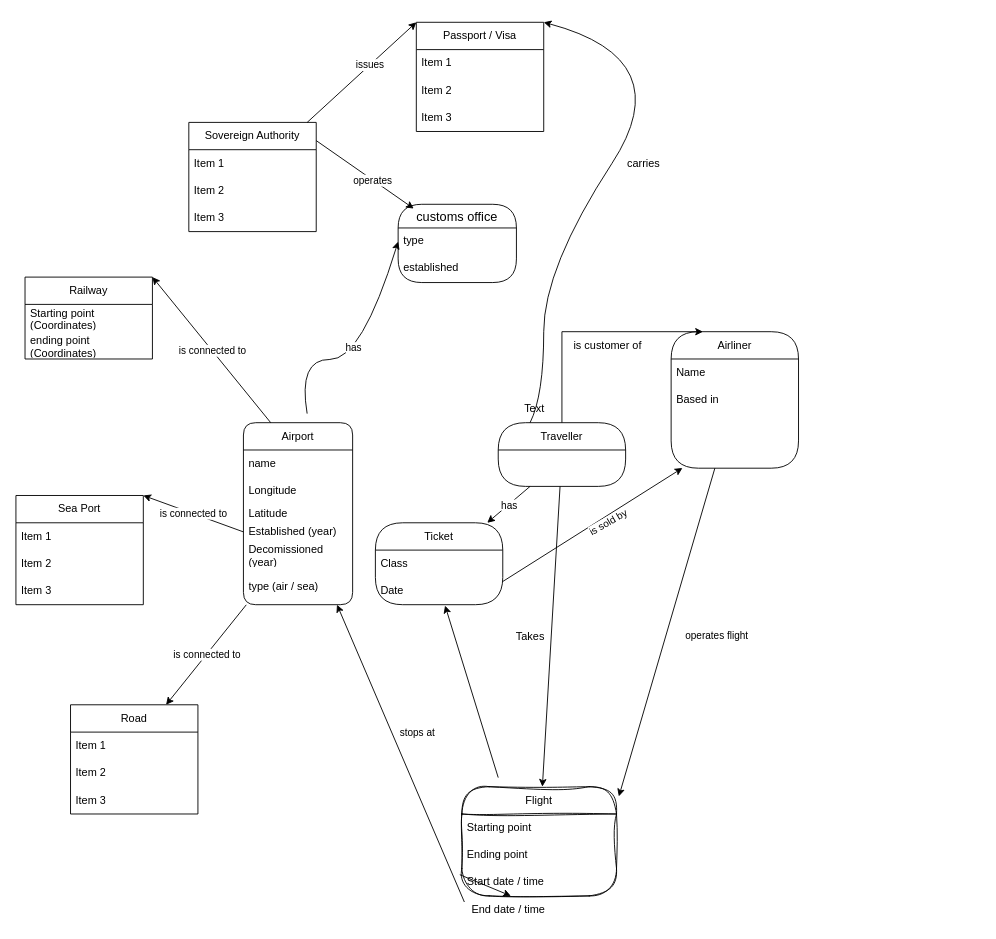
The draw.io diagram page "Page-1" (1 of 2) of Base de données - model relationnel.drawio in Davidmoha/Air-and-Sea-borders, before the edit. Source tidied: cells renumbered, new cells numbered last; positions are measured from the earlier drawing's top-left corner, leaving out a move shared by most shapes. Both pictures are drawn from the tidied source at 91%, with x=0, y=0 at pixel (15, 22).
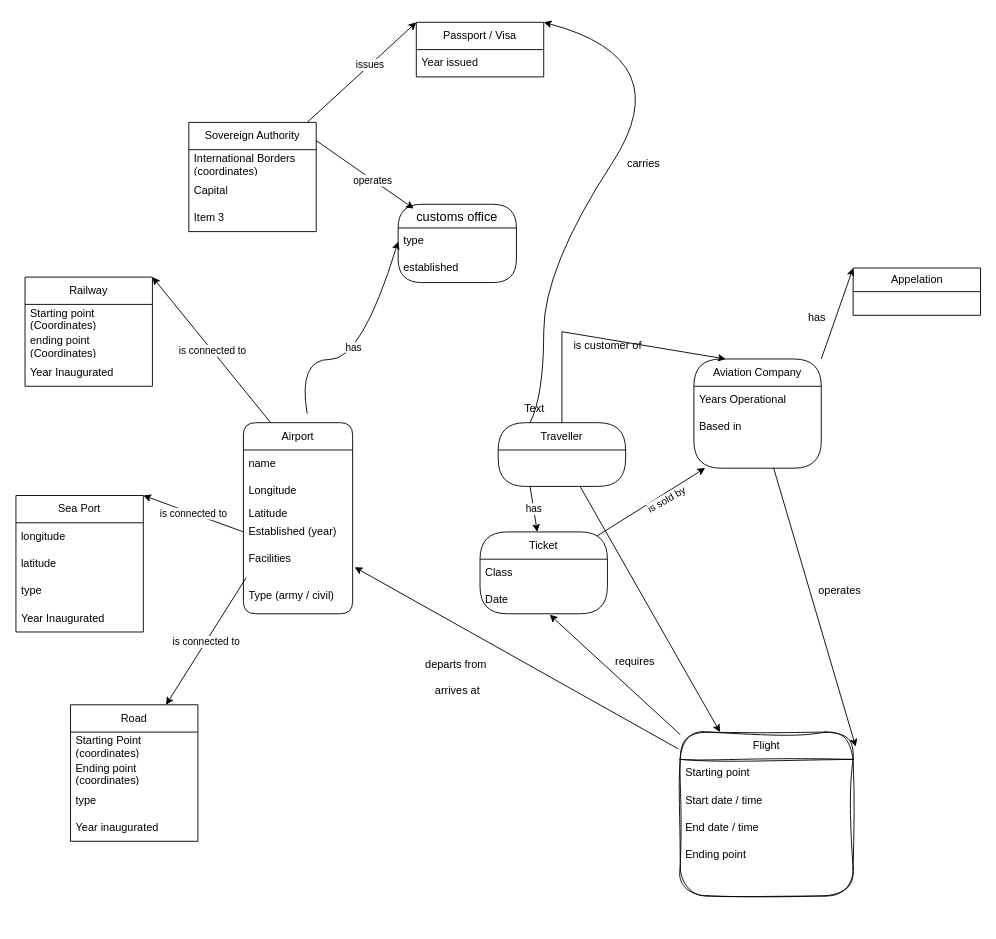
After the change.

The change refers to these unchanged cells:
```xml
<mxCell id="24" style="endArrow=classic;html=1;rounded=0;entryX=1.015;entryY=0.089;entryDx=0;entryDy=0;entryPerimeter=0;" parent="1" edge="1" source="14" target="19">
  <mxGeometry relative="1" as="geometry" />
</mxCell>
<mxCell id="33" value="Date" style="text;strokeColor=none;fillColor=none;align=left;verticalAlign=middle;spacingLeft=4;spacingRight=4;overflow=hidden;points=[[0,0.5],[1,0.5]];portConstraint=eastwest;whiteSpace=wrap;html=1;" parent="31" vertex="1">
  <mxGeometry y="60" width="140" height="30" as="geometry" />
</mxCell>
<mxCell id="53" value="Sovereign Authority" style="swimlane;fontStyle=0;horizontal=1;startSize=30;whiteSpace=wrap;html=1;" parent="1" vertex="1">
  <mxGeometry x="190" y="110" width="140" height="120" as="geometry" />
</mxCell>
```

What changed in the source:
```diff
@@
     <mxCell id="4" value="Airport" style="swimlane;fontStyle=0;horizontal=1;startSize=30;whiteSpace=wrap;html=1;rounded=1;" parent="1" vertex="1">
-      <mxGeometry x="250" y="440" width="120" height="200" as="geometry" />
+      <mxGeometry x="250" y="440" width="120" height="210" as="geometry" />
     </mxCell>
@@
-    <mxCell id="9" value="Decomissioned (year)" style="text;strokeColor=none;fillColor=none;align=left;verticalAlign=middle;spacingLeft=4;spacingRight=4;overflow=hidden;whiteSpace=wrap;html=1;" parent="4" vertex="1">
-      <mxGeometry y="130" width="120" height="30" as="geometry" />
-    </mxCell>
-    <mxCell id="10" value="type (air / sea)" style="text;strokeColor=none;fillColor=none;align=left;verticalAlign=middle;spacingLeft=4;spacingRight=4;overflow=hidden;points=[[0,0.5],[1,0.5]];portConstraint=eastwest;whiteSpace=wrap;html=1;" parent="4" vertex="1">
-      <mxGeometry y="160" width="120" height="40" as="geometry" />
+    <mxCell id="10" value="Facilities" style="text;strokeColor=none;fillColor=none;align=left;verticalAlign=middle;spacingLeft=4;spacingRight=4;overflow=hidden;points=[[0,0.5],[1,0.5]];portConstraint=eastwest;whiteSpace=wrap;html=1;" parent="4" vertex="1">
+      <mxGeometry y="130" width="120" height="40" as="geometry" />
     </mxCell>
+    <mxCell id="75" value="Type (army / civil)" style="text;strokeColor=none;fillColor=none;align=left;verticalAlign=middle;spacingLeft=4;spacingRight=4;overflow=hidden;whiteSpace=wrap;html=1;" parent="4" vertex="1">
+      <mxGeometry y="170" width="120" height="40" as="geometry" />
+    </mxCell>
@@
-    <mxCell id="14" value="Airliner" style="swimlane;fontStyle=0;horizontal=1;startSize=30;whiteSpace=wrap;html=1;rounded=1;arcSize=44;glass=0;" parent="1" vertex="1">
-      <mxGeometry x="720" y="340" width="140" height="150" as="geometry" />
+    <mxCell id="14" value="Aviation Company" style="swimlane;fontStyle=0;horizontal=1;startSize=30;whiteSpace=wrap;html=1;rounded=1;arcSize=44;glass=0;" parent="1" vertex="1">
+      <mxGeometry x="745" y="370" width="140" height="120" as="geometry" />
     </mxCell>
-    <mxCell id="15" value="Name&amp;nbsp;" style="text;strokeColor=none;fillColor=none;align=left;verticalAlign=middle;spacingLeft=4;spacingRight=4;overflow=hidden;whiteSpace=wrap;html=1;" parent="14" vertex="1">
-      <mxGeometry y="30" width="140" height="30" as="geometry" />
-    </mxCell>
-    <mxCell id="16" value="Based in" style="text;strokeColor=none;fillColor=none;align=left;verticalAlign=middle;spacingLeft=4;spacingRight=4;overflow=hidden;whiteSpace=wrap;html=1;" parent="14" vertex="1">
-      <mxGeometry y="60" width="140" height="30" as="geometry" />
+    <mxCell id="16" value="Years Operational" style="text;strokeColor=none;fillColor=none;align=left;verticalAlign=middle;spacingLeft=4;spacingRight=4;overflow=hidden;whiteSpace=wrap;html=1;" parent="14" vertex="1">
+      <mxGeometry y="30" width="140" height="30" as="geometry" />
     </mxCell>
-    <mxCell id="17" style="text;strokeColor=none;fillColor=none;align=left;verticalAlign=middle;spacingLeft=4;spacingRight=4;overflow=hidden;whiteSpace=wrap;html=1;" parent="14" vertex="1">
-      <mxGeometry y="90" width="140" height="30" as="geometry" />
+    <mxCell id="17" value="Based in" style="text;strokeColor=none;fillColor=none;align=left;verticalAlign=middle;spacingLeft=4;spacingRight=4;overflow=hidden;whiteSpace=wrap;html=1;" parent="14" vertex="1">
+      <mxGeometry y="60" width="140" height="30" as="geometry" />
     </mxCell>
     <mxCell id="18" style="text;strokeColor=none;fillColor=none;align=left;verticalAlign=middle;spacingLeft=4;spacingRight=4;overflow=hidden;points=[[0,0.5],[1,0.5]];portConstraint=eastwest;whiteSpace=wrap;html=1;" parent="14" vertex="1">
-      <mxGeometry y="120" width="140" height="30" as="geometry" />
+      <mxGeometry y="90" width="140" height="30" as="geometry" />
     </mxCell>
     <mxCell id="19" value="Flight" style="swimlane;fontStyle=0;horizontal=1;startSize=30;whiteSpace=wrap;html=1;rounded=1;arcSize=40;sketch=1;curveFitting=1;jiggle=2;" parent="1" vertex="1">
-      <mxGeometry x="490" y="840" width="170" height="120" as="geometry" />
+      <mxGeometry x="730" y="780" width="190" height="180" as="geometry" />
     </mxCell>
     <mxCell id="20" value="Starting point&lt;span style=&quot;white-space: pre;&quot;&gt;&#9;&lt;/span&gt;" style="text;strokeColor=none;fillColor=none;align=left;verticalAlign=middle;spacingLeft=4;spacingRight=4;overflow=hidden;whiteSpace=wrap;html=1;" parent="19" vertex="1">
-      <mxGeometry y="30" width="170" height="30" as="geometry" />
+      <mxGeometry y="30" width="190" height="30" as="geometry" />
     </mxCell>
+    <mxCell id="22" value="Start date / time" style="text;strokeColor=none;fillColor=none;align=left;verticalAlign=middle;spacingLeft=4;spacingRight=4;overflow=hidden;points=[[0,0.5],[1,0.5]];portConstraint=eastwest;whiteSpace=wrap;html=1;" parent="19" vertex="1">
+      <mxGeometry y="60" width="190" height="30" as="geometry" />
+    </mxCell>
+    <mxCell id="76" style="text;strokeColor=none;fillColor=none;align=left;verticalAlign=middle;spacingLeft=4;spacingRight=4;overflow=hidden;whiteSpace=wrap;html=1;" parent="19" vertex="1">
+      <mxGeometry y="90" width="190" height="30" as="geometry" />
+    </mxCell>
     <mxCell id="21" value="Ending point" style="text;strokeColor=none;fillColor=none;align=left;verticalAlign=middle;spacingLeft=4;spacingRight=4;overflow=hidden;whiteSpace=wrap;html=1;" parent="19" vertex="1">
-      <mxGeometry y="60" width="170" height="30" as="geometry" />
+      <mxGeometry y="120" width="190" height="30" as="geometry" />
     </mxCell>
-    <mxCell id="22" value="Start date / time" style="text;strokeColor=none;fillColor=none;align=left;verticalAlign=middle;spacingLeft=4;spacingRight=4;overflow=hidden;points=[[0,0.5],[1,0.5]];portConstraint=eastwest;whiteSpace=wrap;html=1;" parent="19" vertex="1">
-      <mxGeometry y="90" width="170" height="30" as="geometry" />
-    </mxCell>
+    <mxCell id="77" style="text;strokeColor=none;fillColor=none;align=left;verticalAlign=middle;spacingLeft=4;spacingRight=4;overflow=hidden;whiteSpace=wrap;html=1;" parent="19" vertex="1">
+      <mxGeometry y="150" width="190" height="30" as="geometry" />
+    </mxCell>
@@
-    <mxCell id="25" value="operates flight" style="edgeLabel;html=1;align=center;verticalAlign=middle;rotation=0;" parent="24" vertex="1">
-      <mxGeometry relative="1" as="geometry">
-        <mxPoint x="54" y="3" as="offset" />
-      </mxGeometry>
-    </mxCell>
-    <mxCell id="26" style="endArrow=classic;html=1;rounded=0;exitX=-0.013;exitY=0.224;exitDx=0;exitDy=0;exitPerimeter=0;" parent="1" edge="1" source="39" target="4">
-      <mxGeometry relative="1" as="geometry" />
+    <mxCell id="26" style="endArrow=classic;html=1;rounded=0;exitX=-0.012;exitY=0.102;exitDx=0;exitDy=0;exitPerimeter=0;" parent="1" edge="1" source="19">
+      <mxGeometry relative="1" as="geometry">
+        <mxPoint x="372.2" y="598.8" as="targetPoint" />
+      </mxGeometry>
     </mxCell>
@@
-    <mxCell id="28" value="Takes" style="text;html=1;align=center;verticalAlign=middle;strokeColor=none;fillColor=none;" parent="1" vertex="1">
-      <mxGeometry x="540" y="660" width="50" height="30" as="geometry" />
-    </mxCell>
@@
     <mxCell id="31" value="Ticket" style="swimlane;fontStyle=0;horizontal=1;startSize=30;whiteSpace=wrap;html=1;rounded=1;arcSize=50;" parent="1" vertex="1">
-      <mxGeometry x="395" y="550" width="140" height="90" as="geometry" />
+      <mxGeometry x="510" y="560" width="140" height="90" as="geometry" />
     </mxCell>
@@
-    <mxCell id="36" style="endArrow=classic;html=1;rounded=0;entryX=0.089;entryY=0.993;entryDx=0;entryDy=0;entryPerimeter=0;" parent="1" edge="1" target="18">
-      <mxGeometry relative="1" as="geometry">
-        <mxPoint x="535" y="614.5" as="sourcePoint" />
-      </mxGeometry>
+    <mxCell id="36" style="endArrow=classic;html=1;rounded=0;entryX=0.089;entryY=0.993;entryDx=0;entryDy=0;entryPerimeter=0;exitX=0.921;exitY=0.048;exitDx=0;exitDy=0;exitPerimeter=0;" parent="1" edge="1" source="31" target="18">
+      <mxGeometry relative="1" as="geometry" />
     </mxCell>
@@
-    <mxCell id="38" style="endArrow=classic;html=1;rounded=0;entryX=0.547;entryY=1.033;entryDx=0;entryDy=0;entryPerimeter=0;" parent="1" edge="1" target="33">
-      <mxGeometry relative="1" as="geometry">
-        <mxPoint x="530" y="830" as="sourcePoint" />
-      </mxGeometry>
+    <mxCell id="38" style="endArrow=classic;html=1;rounded=0;entryX=0.547;entryY=1.033;entryDx=0;entryDy=0;entryPerimeter=0;" parent="1" edge="1" source="19" target="33">
+      <mxGeometry relative="1" as="geometry" />
     </mxCell>
     <mxCell id="39" value="End date / time" style="text;strokeColor=none;fillColor=none;align=left;verticalAlign=middle;spacingLeft=4;spacingRight=4;overflow=hidden;points=[[0,0.5],[1,0.5]];portConstraint=eastwest;whiteSpace=wrap;html=1;" parent="1" vertex="1">
-      <mxGeometry x="495" y="960" width="170" height="30" as="geometry" />
+      <mxGeometry x="730" y="870" width="170" height="30" as="geometry" />
     </mxCell>
-    <mxCell id="40" style="endArrow=classic;html=1;rounded=0;exitX=-0.013;exitY=0.224;exitDx=0;exitDy=0;exitPerimeter=0;" parent="1" edge="1" source="22" target="39">
-      <mxGeometry relative="1" as="geometry" />
-    </mxCell>
-    <mxCell id="41" value="stops at" style="edgeLabel;html=1;align=center;verticalAlign=middle;" parent="40" vertex="1">
-      <mxGeometry relative="1" as="geometry">
-        <mxPoint x="-75" y="-168" as="offset" />
-      </mxGeometry>
-    </mxCell>
     <mxCell id="42" value="Railway" style="swimlane;fontStyle=0;horizontal=1;startSize=30;whiteSpace=wrap;html=1;" parent="1" vertex="1">
-      <mxGeometry x="10" y="280" width="140" height="90" as="geometry" />
+      <mxGeometry x="10" y="280" width="140" height="120" as="geometry" />
     </mxCell>
@@
+    <mxCell id="78" value="Year Inaugurated" style="text;strokeColor=none;fillColor=none;align=left;verticalAlign=middle;spacingLeft=4;spacingRight=4;overflow=hidden;whiteSpace=wrap;html=1;" parent="42" vertex="1">
+      <mxGeometry y="90" width="140" height="30" as="geometry" />
+    </mxCell>
     <mxCell id="45" value="Sea Port" style="swimlane;fontStyle=0;horizontal=1;startSize=30;whiteSpace=wrap;html=1;" parent="1" vertex="1">
-      <mxGeometry y="520" width="140" height="120" as="geometry" />
+      <mxGeometry y="520" width="140" height="150" as="geometry" />
     </mxCell>
-    <mxCell id="46" value="Item 1" style="text;strokeColor=none;fillColor=none;align=left;verticalAlign=middle;spacingLeft=4;spacingRight=4;overflow=hidden;whiteSpace=wrap;html=1;" parent="45" vertex="1">
+    <mxCell id="46" value="longitude&lt;span style=&quot;white-space: pre;&quot;&gt;&#9;&lt;/span&gt;" style="text;strokeColor=none;fillColor=none;align=left;verticalAlign=middle;spacingLeft=4;spacingRight=4;overflow=hidden;whiteSpace=wrap;html=1;" parent="45" vertex="1">
       <mxGeometry y="30" width="140" height="30" as="geometry" />
     </mxCell>
-    <mxCell id="47" value="Item 2" style="text;strokeColor=none;fillColor=none;align=left;verticalAlign=middle;spacingLeft=4;spacingRight=4;overflow=hidden;whiteSpace=wrap;html=1;" parent="45" vertex="1">
+    <mxCell id="47" value="latitude" style="text;strokeColor=none;fillColor=none;align=left;verticalAlign=middle;spacingLeft=4;spacingRight=4;overflow=hidden;whiteSpace=wrap;html=1;" parent="45" vertex="1">
       <mxGeometry y="60" width="140" height="30" as="geometry" />
     </mxCell>
-    <mxCell id="48" value="Item 3" style="text;strokeColor=none;fillColor=none;align=left;verticalAlign=middle;spacingLeft=4;spacingRight=4;overflow=hidden;whiteSpace=wrap;html=1;" parent="45" vertex="1">
+    <mxCell id="48" value="type" style="text;strokeColor=none;fillColor=none;align=left;verticalAlign=middle;spacingLeft=4;spacingRight=4;overflow=hidden;whiteSpace=wrap;html=1;" parent="45" vertex="1">
       <mxGeometry y="90" width="140" height="30" as="geometry" />
     </mxCell>
+    <mxCell id="79" value="Year Inaugurated" style="text;strokeColor=none;fillColor=none;align=left;verticalAlign=middle;spacingLeft=4;spacingRight=4;overflow=hidden;whiteSpace=wrap;html=1;" parent="45" vertex="1">
+      <mxGeometry y="120" width="140" height="30" as="geometry" />
+    </mxCell>
     <mxCell id="49" value="Road" style="swimlane;fontStyle=0;horizontal=1;startSize=30;whiteSpace=wrap;html=1;" parent="1" vertex="1">
-      <mxGeometry x="60" y="750" width="140" height="120" as="geometry" />
+      <mxGeometry x="60" y="750" width="140" height="150" as="geometry" />
     </mxCell>
-    <mxCell id="50" value="Item 1" style="text;strokeColor=none;fillColor=none;align=left;verticalAlign=middle;spacingLeft=4;spacingRight=4;overflow=hidden;whiteSpace=wrap;html=1;" parent="49" vertex="1">
+    <mxCell id="50" value="Starting Point (coordinates)" style="text;strokeColor=none;fillColor=none;align=left;verticalAlign=middle;spacingLeft=4;spacingRight=4;overflow=hidden;whiteSpace=wrap;html=1;" parent="49" vertex="1">
       <mxGeometry y="30" width="140" height="30" as="geometry" />
     </mxCell>
-    <mxCell id="51" value="Item 2" style="text;strokeColor=none;fillColor=none;align=left;verticalAlign=middle;spacingLeft=4;spacingRight=4;overflow=hidden;whiteSpace=wrap;html=1;" parent="49" vertex="1">
+    <mxCell id="51" value="Ending point (coordinates)" style="text;strokeColor=none;fillColor=none;align=left;verticalAlign=middle;spacingLeft=4;spacingRight=4;overflow=hidden;whiteSpace=wrap;html=1;" parent="49" vertex="1">
       <mxGeometry y="60" width="140" height="30" as="geometry" />
     </mxCell>
-    <mxCell id="52" value="Item 3" style="text;strokeColor=none;fillColor=none;align=left;verticalAlign=middle;spacingLeft=4;spacingRight=4;overflow=hidden;whiteSpace=wrap;html=1;" parent="49" vertex="1">
+    <mxCell id="52" value="type" style="text;strokeColor=none;fillColor=none;align=left;verticalAlign=middle;spacingLeft=4;spacingRight=4;overflow=hidden;whiteSpace=wrap;html=1;" parent="49" vertex="1">
       <mxGeometry y="90" width="140" height="30" as="geometry" />
     </mxCell>
+    <mxCell id="80" value="Year inaugurated" style="text;strokeColor=none;fillColor=none;align=left;verticalAlign=middle;spacingLeft=4;spacingRight=4;overflow=hidden;whiteSpace=wrap;html=1;" parent="49" vertex="1">
+      <mxGeometry y="120" width="140" height="30" as="geometry" />
+    </mxCell>
@@
-    <mxCell id="54" value="Item 1" style="text;strokeColor=none;fillColor=none;align=left;verticalAlign=middle;spacingLeft=4;spacingRight=4;overflow=hidden;whiteSpace=wrap;html=1;" parent="53" vertex="1">
+    <mxCell id="54" value="International Borders (coordinates)" style="text;strokeColor=none;fillColor=none;align=left;verticalAlign=middle;spacingLeft=4;spacingRight=4;overflow=hidden;whiteSpace=wrap;html=1;" parent="53" vertex="1">
       <mxGeometry y="30" width="140" height="30" as="geometry" />
     </mxCell>
-    <mxCell id="55" value="Item 2" style="text;strokeColor=none;fillColor=none;align=left;verticalAlign=middle;spacingLeft=4;spacingRight=4;overflow=hidden;whiteSpace=wrap;html=1;" parent="53" vertex="1">
+    <mxCell id="55" value="Capital" style="text;strokeColor=none;fillColor=none;align=left;verticalAlign=middle;spacingLeft=4;spacingRight=4;overflow=hidden;whiteSpace=wrap;html=1;" parent="53" vertex="1">
       <mxGeometry y="60" width="140" height="30" as="geometry" />
     </mxCell>
@@
     <mxCell id="65" value="Passport / Visa" style="swimlane;fontStyle=0;horizontal=1;startSize=30;whiteSpace=wrap;html=1;" parent="1" vertex="1">
-      <mxGeometry x="440" width="140" height="120" as="geometry" />
+      <mxGeometry x="440" width="140" height="60" as="geometry" />
     </mxCell>
-    <mxCell id="66" value="Item 1" style="text;strokeColor=none;fillColor=none;align=left;verticalAlign=middle;spacingLeft=4;spacingRight=4;overflow=hidden;whiteSpace=wrap;html=1;" parent="65" vertex="1">
+    <mxCell id="66" value="Year issued" style="text;strokeColor=none;fillColor=none;align=left;verticalAlign=middle;spacingLeft=4;spacingRight=4;overflow=hidden;whiteSpace=wrap;html=1;" parent="65" vertex="1">
       <mxGeometry y="30" width="140" height="30" as="geometry" />
     </mxCell>
-    <mxCell id="67" value="Item 2" style="text;strokeColor=none;fillColor=none;align=left;verticalAlign=middle;spacingLeft=4;spacingRight=4;overflow=hidden;whiteSpace=wrap;html=1;" parent="65" vertex="1">
-      <mxGeometry y="60" width="140" height="30" as="geometry" />
-    </mxCell>
-    <mxCell id="68" value="Item 3" style="text;strokeColor=none;fillColor=none;align=left;verticalAlign=middle;spacingLeft=4;spacingRight=4;overflow=hidden;whiteSpace=wrap;html=1;" parent="65" vertex="1">
-      <mxGeometry y="90" width="140" height="30" as="geometry" />
-    </mxCell>
@@
+    <mxCell id="81" value="operates" style="text;html=1;align=center;verticalAlign=middle;strokeColor=none;fillColor=none;" parent="1" vertex="1">
+      <mxGeometry x="870" y="610" width="70" height="30" as="geometry" />
+    </mxCell>
+    <mxCell id="82" value="departs from&amp;nbsp;&lt;div&gt;&lt;br&gt;&lt;/div&gt;&lt;div&gt;arrives at&lt;/div&gt;" style="text;html=1;align=center;verticalAlign=middle;strokeColor=none;fillColor=none;" parent="1" vertex="1">
+      <mxGeometry x="440" y="690" width="90" height="60" as="geometry" />
+    </mxCell>
+    <mxCell id="83" value="Appelation" style="swimlane;fontStyle=0;horizontal=1;startSize=26;fillColor=none;html=1;" parent="1" vertex="1">
+      <mxGeometry x="920" y="270" width="140" height="52" as="geometry" />
+    </mxCell>
+    <mxCell id="84" style="endArrow=classic;html=1;rounded=0;entryX=0;entryY=0;entryDx=0;entryDy=0;exitX=1;exitY=0;exitDx=0;exitDy=0;" parent="1" edge="1" source="14" target="83">
+      <mxGeometry relative="1" as="geometry" />
+    </mxCell>
+    <mxCell id="85" value="has" style="text;html=1;align=center;verticalAlign=middle;strokeColor=none;fillColor=none;" parent="1" vertex="1">
+      <mxGeometry x="860" y="310" width="40" height="30" as="geometry" />
+    </mxCell>
+    <mxCell id="86" value="requires" style="text;html=1;align=center;verticalAlign=middle;strokeColor=none;fillColor=none;" parent="1" vertex="1">
+      <mxGeometry x="645" y="688" width="70" height="30" as="geometry" />
+    </mxCell>
```
